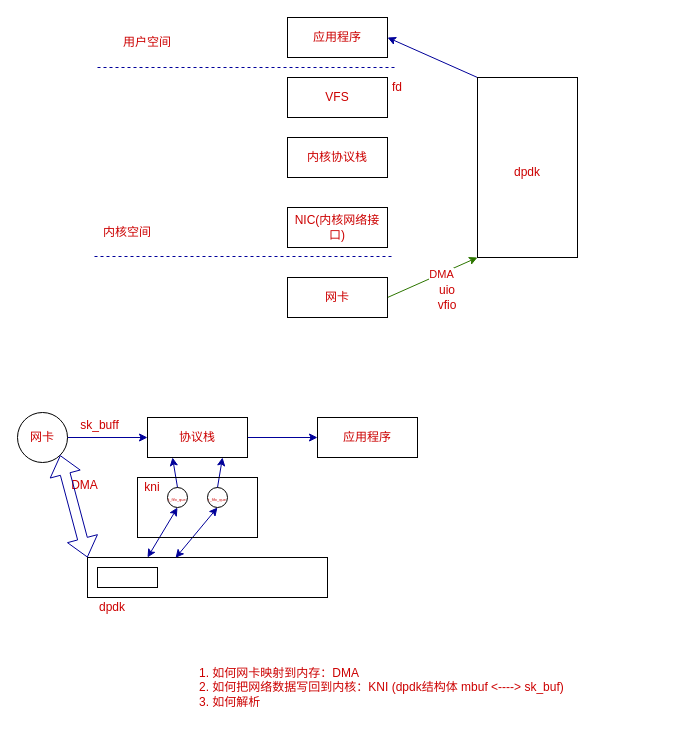
Before: dpdk/dpdk.drawio in hantwofish/my_leetcode, a draw.io diagram. Source tidied: cells renumbered, new cells numbered last; positions are measured from the earlier drawing's top-left corner, leaving out a move shared by most shapes. Both pictures are drawn from the tidied source at 100%, with x=0, y=0 at pixel (17, 17).
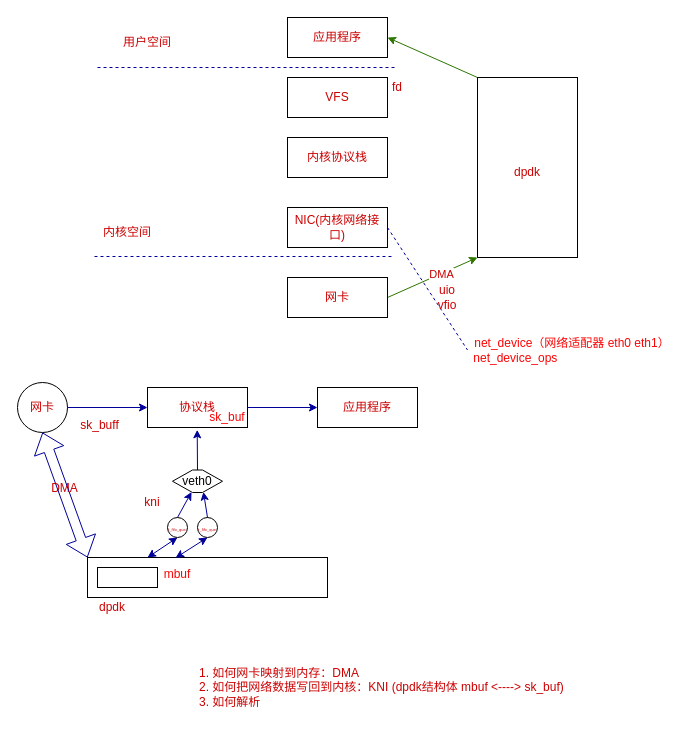
Above is the later version.

Unchanged cells that the change refers to:
```xml
<mxCell id="5" value="NIC(内核网络接口)" style="rounded=0;whiteSpace=wrap;html=1;fillStyle=auto;strokeColor=#000000;fontColor=#CC0000;fillColor=none;" parent="1" vertex="1">
  <mxGeometry x="270" y="190" width="100" height="40" as="geometry" />
</mxCell>
<mxCell id="11" value="应用程序" style="rounded=0;whiteSpace=wrap;html=1;fillStyle=auto;strokeColor=#000000;fontColor=#CC0000;fillColor=none;" parent="1" vertex="1">
  <mxGeometry x="270" width="100" height="40" as="geometry" />
</mxCell>
<mxCell id="14" style="rounded=0;whiteSpace=wrap;html=1;fillStyle=auto;strokeColor=#000000;fontColor=#CC0000;fillColor=none;" parent="1" vertex="1">
  <mxGeometry x="460" y="60" width="100" height="180" as="geometry" />
</mxCell>
<mxCell id="23" style="rounded=0;whiteSpace=wrap;html=1;fillStyle=auto;strokeColor=#000000;fontColor=#CC0000;fillColor=none;" parent="1" vertex="1">
  <mxGeometry x="70" y="540" width="240" height="40" as="geometry" />
</mxCell>
```

What changed in the source:
```diff
@@
+    <mxCell id="38" style="edgeStyle=none;html=1;exitX=1;exitY=0.5;exitDx=0;exitDy=0;entryX=0;entryY=0.5;entryDx=0;entryDy=0;fontColor=#fb0404;dashed=1;strokeColor=#000099;endArrow=none;endFill=0;" parent="1" edge="1" source="5" target="41">
+      <mxGeometry relative="1" as="geometry" />
+    </mxCell>
@@
-    <mxCell id="13" style="edgeStyle=none;html=1;exitX=0;exitY=0;exitDx=0;exitDy=0;entryX=1;entryY=0.5;entryDx=0;entryDy=0;strokeColor=#000099;fontColor=#CC0000;" parent="1" edge="1" source="14" target="11">
+    <mxCell id="13" style="edgeStyle=none;html=1;exitX=0;exitY=0;exitDx=0;exitDy=0;entryX=1;entryY=0.5;entryDx=0;entryDy=0;strokeColor=#2D7600;fontColor=#CC0000;fillColor=#60a917;" parent="1" edge="1" source="14" target="11">
       <mxGeometry relative="1" as="geometry" />
     </mxCell>
@@
     <mxCell id="19" value="协议栈" style="rounded=0;whiteSpace=wrap;html=1;fillStyle=auto;strokeColor=#000000;fontColor=#CC0000;fillColor=none;" parent="1" vertex="1">
-      <mxGeometry x="130" y="400" width="100" height="40" as="geometry" />
+      <mxGeometry x="130" y="370" width="100" height="40" as="geometry" />
     </mxCell>
@@
     <mxCell id="21" value="网卡" style="ellipse;whiteSpace=wrap;html=1;labelBackgroundColor=none;fillStyle=auto;strokeColor=#000000;fontColor=#CC0000;fillColor=none;" parent="1" vertex="1">
-      <mxGeometry y="395" width="50" height="50" as="geometry" />
+      <mxGeometry y="365" width="50" height="50" as="geometry" />
     </mxCell>
     <mxCell id="22" value="应用程序" style="rounded=0;whiteSpace=wrap;html=1;fillStyle=auto;strokeColor=#000000;fontColor=#CC0000;fillColor=none;" parent="1" vertex="1">
-      <mxGeometry x="300" y="400" width="100" height="40" as="geometry" />
+      <mxGeometry x="300" y="370" width="100" height="40" as="geometry" />
     </mxCell>
@@
     <mxCell id="26" value="DMA" style="text;html=1;strokeColor=none;fillColor=none;align=center;verticalAlign=middle;whiteSpace=wrap;rounded=0;labelBackgroundColor=none;fillStyle=auto;fontColor=#CC0000;" parent="1" vertex="1">
-      <mxGeometry x="45" y="460" width="45" height="15" as="geometry" />
+      <mxGeometry x="25" y="463.8" width="45" height="15" as="geometry" />
     </mxCell>
-    <mxCell id="27" style="shape=flexArrow;endArrow=classic;startArrow=classic;html=1;strokeColor=#000099;fontColor=#CC0000;entryX=1;entryY=1;entryDx=0;entryDy=0;exitX=0;exitY=0;exitDx=0;exitDy=0;" parent="1" edge="1" source="23" target="21">
+    <mxCell id="27" style="shape=flexArrow;endArrow=classic;startArrow=classic;html=1;strokeColor=#000099;fontColor=#CC0000;entryX=0.5;entryY=1;entryDx=0;entryDy=0;exitX=0;exitY=0;exitDx=0;exitDy=0;" parent="1" edge="1" source="23" target="21">
       <mxGeometry relative="1" as="geometry" />
     </mxCell>
@@
-    <mxCell id="31" style="edgeStyle=none;html=1;exitX=0.5;exitY=0;exitDx=0;exitDy=0;entryX=0.25;entryY=1;entryDx=0;entryDy=0;strokeColor=#000099;fontSize=4;fontColor=#CC0000;" parent="1" edge="1" source="32" target="19">
+    <mxCell id="31" style="edgeStyle=none;html=1;exitX=0.5;exitY=0;exitDx=0;exitDy=0;entryX=0.375;entryY=1;entryDx=0;entryDy=0;strokeColor=#000099;fontSize=4;fontColor=#CC0000;" parent="1" edge="1" source="32" target="40">
       <mxGeometry relative="1" as="geometry" />
     </mxCell>
     <mxCell id="32" value="&lt;font style=&quot;font-size: 4px;&quot;&gt;t_fifo_que&lt;/font&gt;" style="ellipse;whiteSpace=wrap;html=1;labelBackgroundColor=none;fillStyle=auto;strokeColor=#000000;fontColor=#CC0000;fillColor=none;" parent="1" vertex="1">
-      <mxGeometry x="150" y="470" width="20" height="20" as="geometry" />
+      <mxGeometry x="150" y="500" width="20" height="20" as="geometry" />
     </mxCell>
-    <mxCell id="33" style="edgeStyle=none;html=1;exitX=0.5;exitY=0;exitDx=0;exitDy=0;entryX=0.75;entryY=1;entryDx=0;entryDy=0;strokeColor=#000099;fontSize=4;fontColor=#CC0000;" parent="1" edge="1" source="34" target="19">
+    <mxCell id="33" style="edgeStyle=none;html=1;exitX=0.5;exitY=0;exitDx=0;exitDy=0;entryX=0.625;entryY=1;entryDx=0;entryDy=0;strokeColor=#000099;fontSize=4;fontColor=#CC0000;" parent="1" edge="1" source="34" target="40">
       <mxGeometry relative="1" as="geometry" />
     </mxCell>
     <mxCell id="34" value="&lt;font style=&quot;font-size: 4px;&quot;&gt;r_fifo_que&lt;/font&gt;" style="ellipse;whiteSpace=wrap;html=1;labelBackgroundColor=none;fillStyle=auto;strokeColor=#000000;fontColor=#CC0000;fillColor=none;" parent="1" vertex="1">
-      <mxGeometry x="190" y="470" width="20" height="20" as="geometry" />
+      <mxGeometry x="180" y="500" width="20" height="20" as="geometry" />
     </mxCell>
@@
-    <mxCell id="36" style="rounded=0;whiteSpace=wrap;html=1;labelBackgroundColor=none;fillStyle=auto;strokeColor=#000000;fontSize=4;fontColor=#CC0000;fillColor=none;" parent="1" vertex="1">
-      <mxGeometry x="120" y="460" width="120" height="60" as="geometry" />
-    </mxCell>
     <mxCell id="37" value="kni" style="text;html=1;strokeColor=none;fillColor=none;align=center;verticalAlign=middle;whiteSpace=wrap;rounded=0;labelBackgroundColor=none;fillStyle=auto;fontSize=12;fontColor=#CC0000;" parent="1" vertex="1">
-      <mxGeometry x="120" y="460" width="30" height="20" as="geometry" />
+      <mxGeometry x="120" y="475" width="30" height="20" as="geometry" />
     </mxCell>
+    <mxCell id="39" style="edgeStyle=none;html=1;exitX=0.5;exitY=0;exitDx=0;exitDy=0;entryX=0.497;entryY=1.058;entryDx=0;entryDy=0;entryPerimeter=0;strokeColor=#000099;strokeWidth=1;" parent="1" edge="1" source="40" target="19">
+      <mxGeometry relative="1" as="geometry" />
+    </mxCell>
+    <mxCell id="40" value="veth0" style="shape=hexagon;perimeter=hexagonPerimeter2;whiteSpace=wrap;html=1;fixedSize=1;" parent="1" vertex="1">
+      <mxGeometry x="155" y="452.5" width="50" height="22.5" as="geometry" />
+    </mxCell>
+    <mxCell id="41" value="net_device（网络适配器 eth0 eth1）&lt;br&gt;net_device_ops&amp;nbsp; &amp;nbsp; &amp;nbsp; &amp;nbsp; &amp;nbsp; &amp;nbsp; &amp;nbsp; &amp;nbsp; &amp;nbsp; &amp;nbsp; &amp;nbsp; &amp;nbsp; &amp;nbsp; &amp;nbsp; &amp;nbsp; &amp;nbsp; &amp;nbsp;&amp;nbsp;" style="text;html=1;strokeColor=none;fillColor=none;align=center;verticalAlign=middle;whiteSpace=wrap;rounded=0;fontColor=#fb0404;" parent="1" vertex="1">
+      <mxGeometry x="450" y="320" width="210" height="25" as="geometry" />
+    </mxCell>
+    <mxCell id="42" value="mbuf" style="text;html=1;strokeColor=none;fillColor=none;align=center;verticalAlign=middle;whiteSpace=wrap;rounded=0;fontColor=#fb0404;" parent="1" vertex="1">
+      <mxGeometry x="145" y="550" width="30" height="14" as="geometry" />
+    </mxCell>
+    <mxCell id="43" value="sk_buf" style="text;html=1;strokeColor=none;fillColor=none;align=center;verticalAlign=middle;whiteSpace=wrap;rounded=0;fontColor=#fb0404;" parent="1" vertex="1">
+      <mxGeometry x="190" y="393" width="40" height="14" as="geometry" />
+    </mxCell>
```
